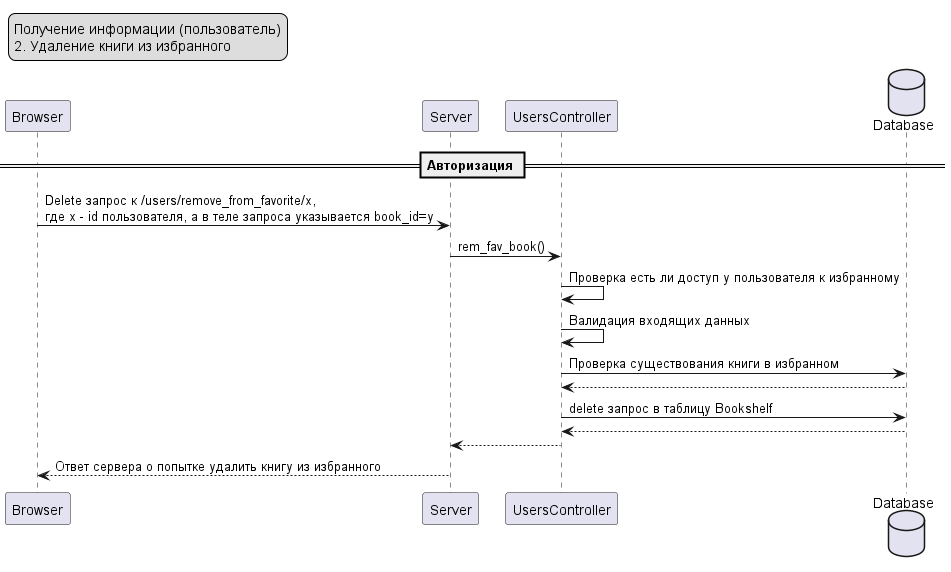
Before: diagram/Sequance Diagram Library_003.png, a diagram exported from PlantUML (ihateb335/assignment_keepsolid). Source of this version:
```plantuml
@startuml
legend top left
Получение информации (пользователь)
2. Удаление книги из избранного
endlegend

participant Browser as B
participant Server as S
participant UsersController as C
database    Database    as DB
== Авторизация ==
B -> S : Delete запрос к /users/remove_from_favorite/x, \nгде x - id пользователя, а в теле запроса указывается book_id=y
S -> C : rem_fav_book()
C -> C : Проверка есть ли доступ у пользователя к избранному
C -> C : Валидация входящих данных
C -> DB : Проверка существования книги в избранном
DB --> C :
C -> DB : delete запрос в таблицу Bookshelf
DB --> C :
C --> S :
S --> B : Ответ сервера о попытке удалить книгу из избранного
@enduml
```
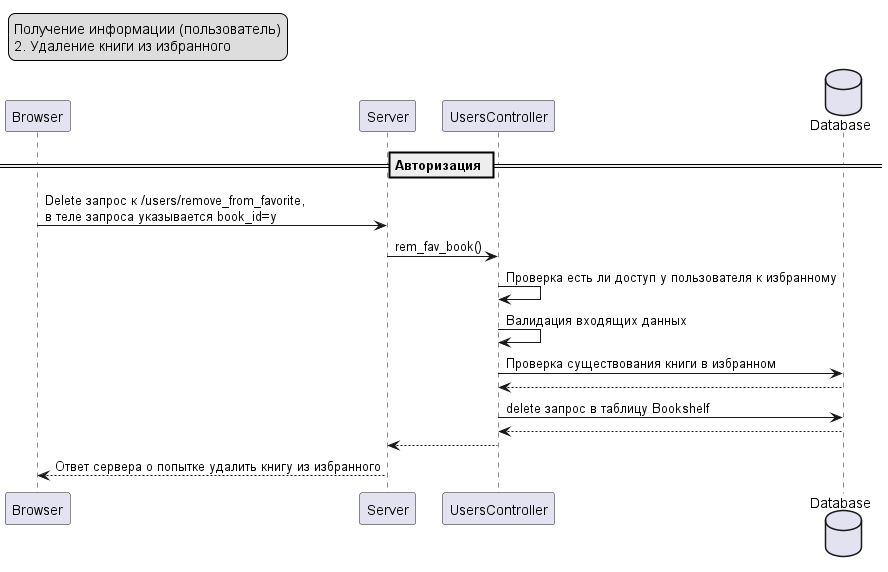
The same file after the commit.

What changed in the source:
```diff
@@ -9,7 +9,7 @@
 participant UsersController as C
 database    Database    as DB
 == Авторизация ==
-B -> S : Delete запрос к /users/remove_from_favorite/x, \nгде x - id пользователя, а в теле запроса указывается book_id=y
+B -> S : Delete запрос к /users/remove_from_favorite, \nв теле запроса указывается book_id=y
 S -> C : rem_fav_book()
 C -> C : Проверка есть ли доступ у пользователя к избранному
 C -> C : Валидация входящих данных
```
